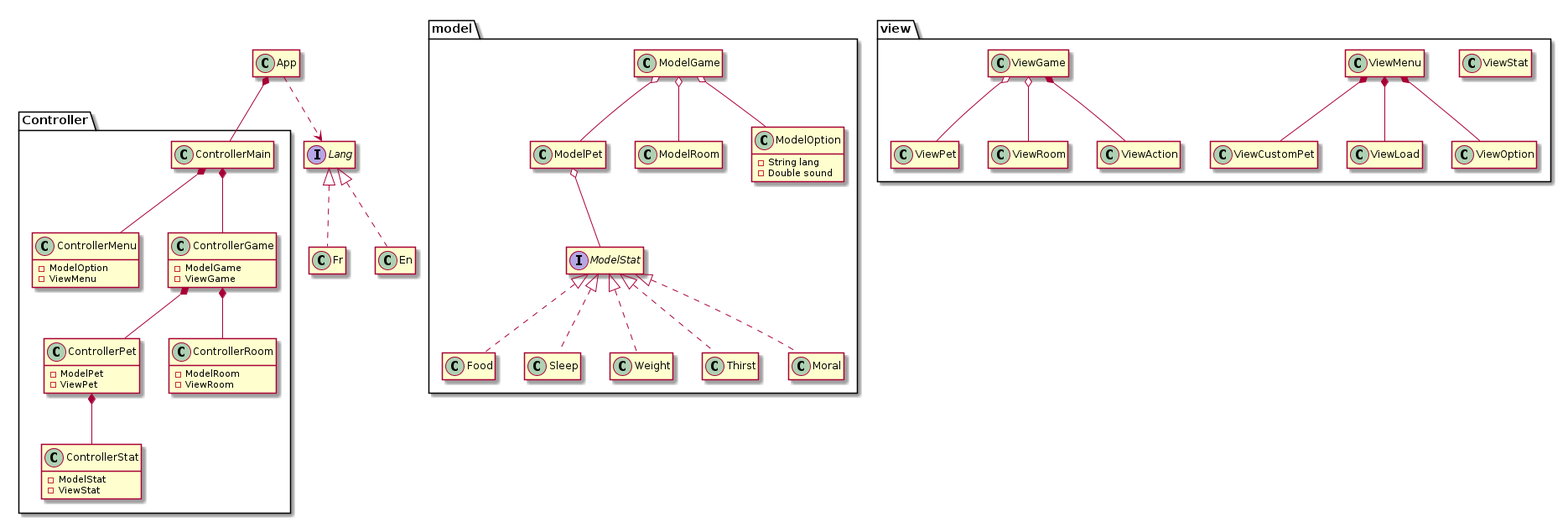
83NJAM1/Tamagotchi keeps this PlantUML diagram as diagrams/png/diagram-class.png. Above is the earlier version. Its source is kept beside it as diagrams/diagram-class.puml.
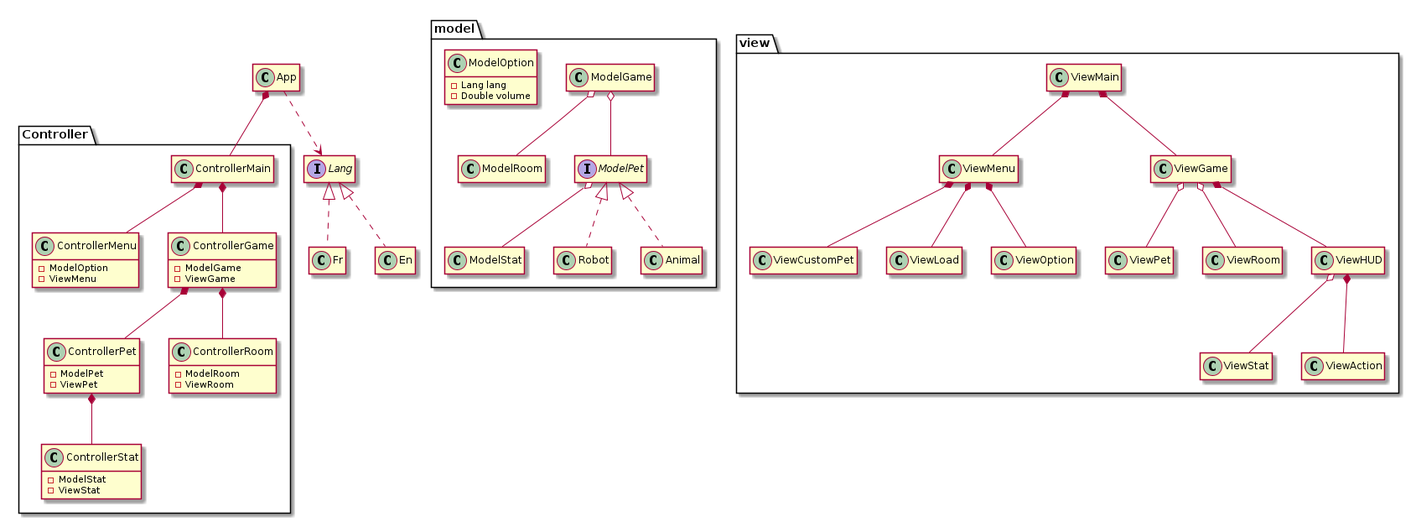
After the commit.

What changed in the source:
```diff
@@ -14,26 +14,24 @@
 package model {
     class ModelRoom
     class ModelGame
-
+    class ModelStat
+    class ModelOption {
+	    -Lang lang
+	    -Double volume
+    }
     interface ModelPet
     class Robot
     class Animal
 
-    class ModelOption {
-        -String lang
-        -Double sound
-    }
-    class ModelStat
     ModelPet <|.. Robot
     ModelPet <|.. Animal
-
     ModelPet o-- ModelStat
     ModelGame o-- ModelPet
     ModelGame o-- ModelRoom
-    ModelGame o-- ModelOption
 }
 
 package view {
+	class ViewMain
     class ViewPet
     class ViewRoom
     class ViewStat
@@ -43,11 +41,16 @@
     class ViewAction
     class ViewOption
     class ViewGame
+    class ViewHUD
 
+    ViewMain *-- ViewGame
+    ViewMain *-- ViewMenu
     ViewMenu *-- ViewOption
     ViewMenu *-- ViewCustomPet
     ViewMenu *-- ViewLoad
-    ViewGame *-- ViewAction
+    ViewGame *-- ViewHUD
+    ViewHUD  *-- ViewAction
+    ViewHUD  o-- ViewStat
     ViewGame o-- ViewRoom
     ViewGame o-- ViewPet
 }
```
